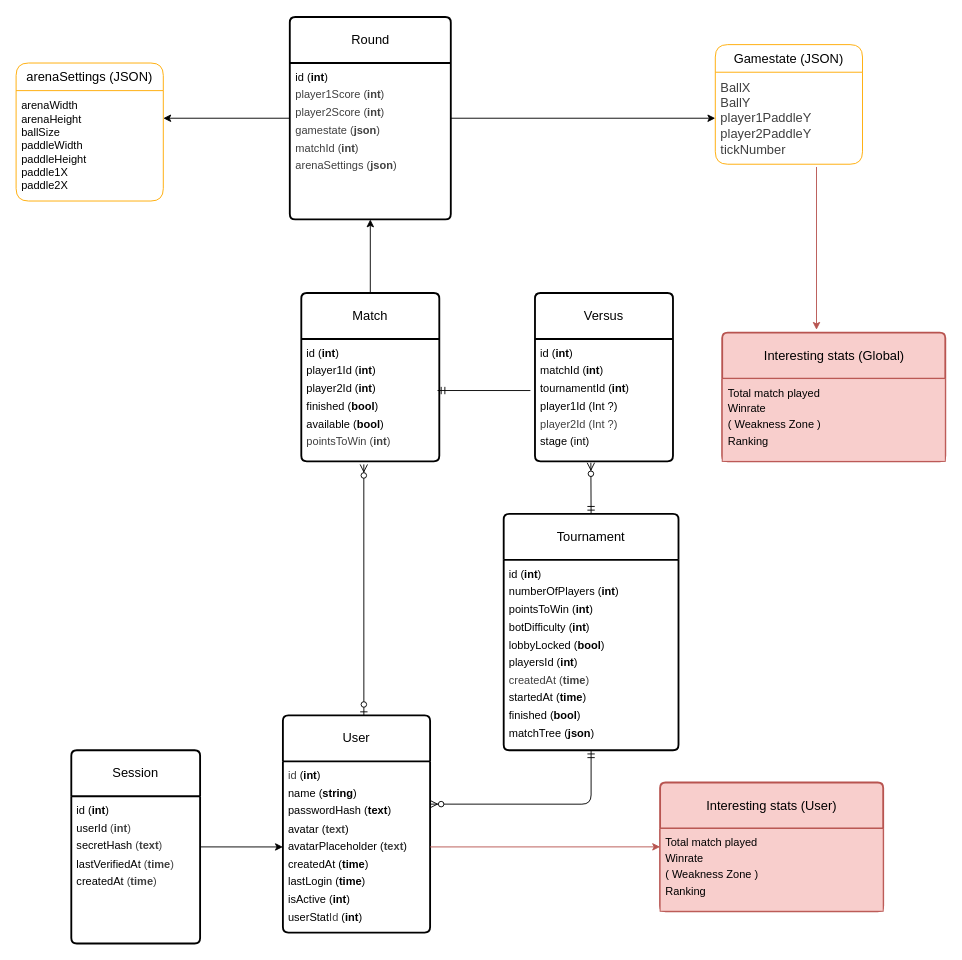
peufo/42_transcendence keeps this draw.io diagram as doc/database.drawio. Above is the earlier version. Source tidied: cells renumbered, new cells numbered last; positions are measured from the earlier drawing's top-left corner, leaving out a move shared by most shapes. Both pictures are drawn from the tidied source at 92%, with x=0, y=0 at pixel (16, 17).
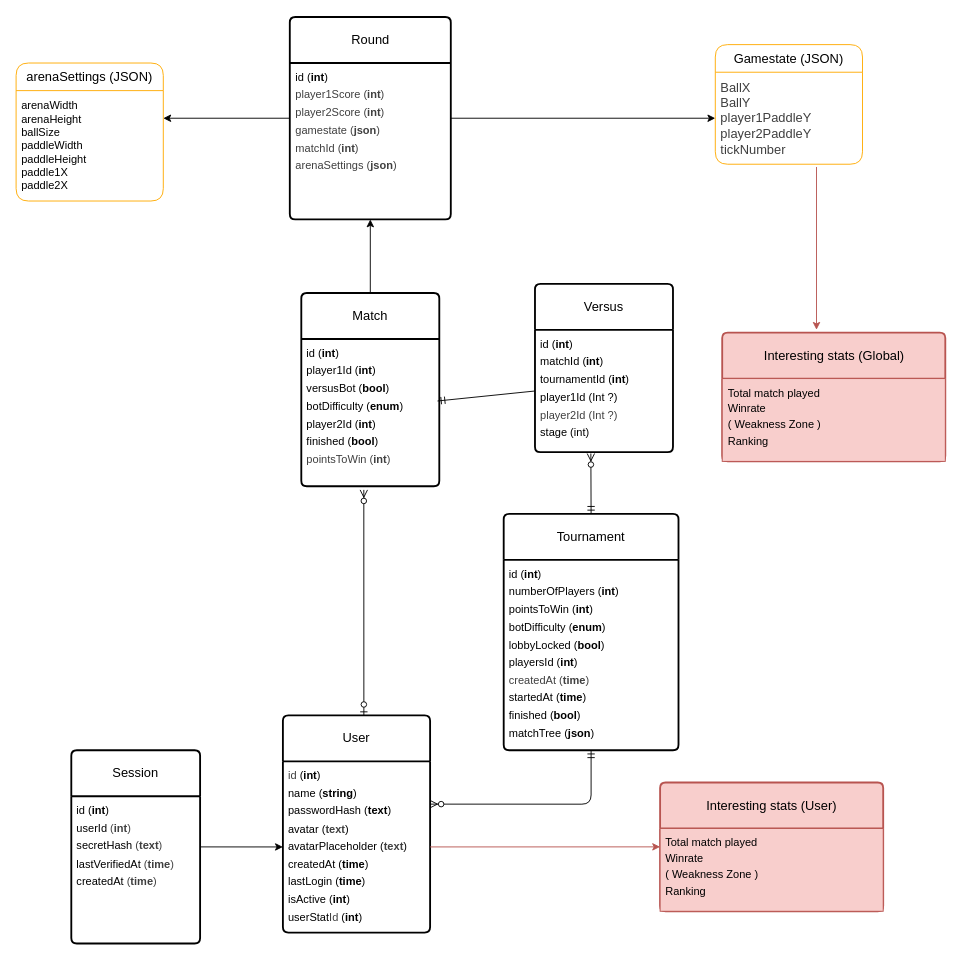
The same page after the edit.

Commit message (it also covers changes not shown here):
add first try at database, need to work on gamestats and arenaSettings

The change refers to these unchanged cells:
```xml
<mxCell id="14" value="Tournament" style="swimlane;horizontal=1;startSize=50;rounded=1;fontSize=14;fontStyle=0;strokeWidth=2;shadow=0;dashed=0;align=center;arcSize=4;whiteSpace=wrap;html=1;" parent="1" vertex="1">
  <mxGeometry x="530" y="540" width="190" height="257" as="geometry" />
</mxCell>
<mxCell id="23" value="&lt;font style=&quot;line-height: 160%;&quot;&gt;id (&lt;b&gt;int&lt;/b&gt;)&lt;/font&gt;&lt;div style=&quot;line-height: 160%;&quot;&gt;matchId (&lt;b&gt;int&lt;/b&gt;)&lt;/div&gt;&lt;div style=&quot;line-height: 160%;&quot;&gt;tournamentId (&lt;b&gt;int&lt;/b&gt;&lt;span style=&quot;background-color: transparent;&quot;&gt;)&lt;/span&gt;&lt;/div&gt;&lt;div style=&quot;line-height: 160%;&quot;&gt;&lt;span style=&quot;background-color: transparent;&quot;&gt;player1Id (Int ?)&lt;/span&gt;&lt;/div&gt;&lt;div style=&quot;line-height: 160%;&quot;&gt;&lt;span style=&quot;color: rgb(63, 63, 63);&quot;&gt;player2Id (Int ?)&lt;/span&gt;&lt;span style=&quot;background-color: transparent;&quot;&gt;&lt;/span&gt;&lt;/div&gt;&lt;div style=&quot;line-height: 160%;&quot;&gt;&lt;span style=&quot;background-color: transparent;&quot;&gt;stage (int)&lt;/span&gt;&lt;/div&gt;" style="align=left;strokeColor=none;fillColor=none;spacingLeft=4;fontSize=12;verticalAlign=top;html=1;" parent="22" vertex="1">
  <mxGeometry y="50" width="150" height="133" as="geometry" />
</mxCell>
```

Diff of the diagram source:
```diff
@@
     <mxCell id="9" value="Match" style="swimlane;horizontal=1;startSize=50;rounded=1;fontSize=14;fontStyle=0;strokeWidth=2;shadow=0;dashed=0;align=center;arcSize=4;whiteSpace=wrap;html=1;" parent="1" vertex="1">
-      <mxGeometry x="310" y="300" width="150" height="183" as="geometry" />
+      <mxGeometry x="310" y="300" width="150" height="210" as="geometry" />
     </mxCell>
-    <mxCell id="10" value="&lt;font style=&quot;line-height: 160%;&quot;&gt;id (&lt;b&gt;int&lt;/b&gt;)&lt;/font&gt;&lt;div style=&quot;line-height: 160%;&quot;&gt;player1Id (&lt;b&gt;int&lt;/b&gt;)&lt;/div&gt;&lt;div style=&quot;line-height: 160%;&quot;&gt;player2Id (&lt;b&gt;int&lt;/b&gt;)&lt;/div&gt;&lt;div style=&quot;line-height: 160%;&quot;&gt;&lt;span style=&quot;background-color: transparent;&quot;&gt;finished (&lt;/span&gt;&lt;b style=&quot;background-color: transparent;&quot;&gt;bool&lt;/b&gt;&lt;span style=&quot;background-color: transparent;&quot;&gt;)&lt;/span&gt;&lt;/div&gt;&lt;div style=&quot;line-height: 160%;&quot;&gt;&lt;span style=&quot;background-color: transparent;&quot;&gt;available (&lt;b&gt;bool&lt;/b&gt;)&lt;/span&gt;&lt;/div&gt;&lt;div style=&quot;line-height: 160%;&quot;&gt;&lt;span style=&quot;color: rgb(63, 63, 63);&quot;&gt;pointsToWin (&lt;/span&gt;&lt;b style=&quot;color: rgb(63, 63, 63);&quot;&gt;int&lt;/b&gt;&lt;span style=&quot;color: rgb(63, 63, 63);&quot;&gt;)&lt;/span&gt;&lt;span style=&quot;background-color: transparent;&quot;&gt;&lt;/span&gt;&lt;/div&gt;" style="align=left;strokeColor=none;fillColor=none;spacingLeft=4;fontSize=12;verticalAlign=top;html=1;" parent="9" vertex="1">
-      <mxGeometry y="50" width="150" height="133" as="geometry" />
+    <mxCell id="10" value="&lt;font style=&quot;line-height: 160%;&quot;&gt;id (&lt;b&gt;int&lt;/b&gt;)&lt;/font&gt;&lt;div style=&quot;line-height: 160%;&quot;&gt;player1Id (&lt;b&gt;int&lt;/b&gt;)&lt;/div&gt;&lt;div style=&quot;line-height: 160%;&quot;&gt;versusBot (&lt;b&gt;bool&lt;/b&gt;)&lt;/div&gt;&lt;div style=&quot;line-height: 160%;&quot;&gt;botDifficulty (&lt;b&gt;enum&lt;/b&gt;)&lt;/div&gt;&lt;div style=&quot;line-height: 160%;&quot;&gt;player2Id (&lt;b&gt;int&lt;/b&gt;)&lt;/div&gt;&lt;div style=&quot;line-height: 160%;&quot;&gt;&lt;span style=&quot;background-color: transparent;&quot;&gt;finished (&lt;/span&gt;&lt;b style=&quot;background-color: transparent;&quot;&gt;bool&lt;/b&gt;&lt;span style=&quot;background-color: transparent;&quot;&gt;)&lt;/span&gt;&lt;/div&gt;&lt;div style=&quot;line-height: 160%;&quot;&gt;&lt;span style=&quot;color: rgb(63, 63, 63);&quot;&gt;pointsToWin (&lt;/span&gt;&lt;b style=&quot;color: rgb(63, 63, 63);&quot;&gt;int&lt;/b&gt;&lt;span style=&quot;color: rgb(63, 63, 63);&quot;&gt;)&lt;/span&gt;&lt;span style=&quot;background-color: transparent;&quot;&gt;&lt;/span&gt;&lt;/div&gt;" style="align=left;strokeColor=none;fillColor=none;spacingLeft=4;fontSize=12;verticalAlign=top;html=1;" parent="9" vertex="1">
+      <mxGeometry y="50" width="150" height="160" as="geometry" />
     </mxCell>
@@
-    <mxCell id="15" value="id (&lt;b style=&quot;line-height: 160%;&quot;&gt;int&lt;/b&gt;)&lt;div style=&quot;line-height: 160%;&quot;&gt;numberOfPlayers (&lt;b&gt;int&lt;/b&gt;)&lt;/div&gt;&lt;div style=&quot;line-height: 160%;&quot;&gt;pointsToWin (&lt;b&gt;int&lt;/b&gt;)&lt;/div&gt;&lt;div style=&quot;line-height: 160%;&quot;&gt;botDifficulty (&lt;b&gt;int&lt;/b&gt;)&lt;/div&gt;&lt;div style=&quot;line-height: 160%;&quot;&gt;lobbyLocked (&lt;b&gt;bool&lt;/b&gt;)&lt;/div&gt;&lt;div style=&quot;line-height: 160%;&quot;&gt;playersId (&lt;b&gt;int&lt;/b&gt;)&lt;/div&gt;&lt;div style=&quot;line-height: 160%;&quot;&gt;&lt;span style=&quot;color: rgb(63, 63, 63);&quot;&gt;createdAt (&lt;/span&gt;&lt;b style=&quot;color: rgb(63, 63, 63);&quot;&gt;time&lt;/b&gt;&lt;span style=&quot;color: rgb(63, 63, 63);&quot;&gt;)&lt;/span&gt;&lt;/div&gt;&lt;div style=&quot;line-height: 160%;&quot;&gt;startedAt (&lt;b&gt;time&lt;/b&gt;)&lt;/div&gt;&lt;div style=&quot;line-height: 160%;&quot;&gt;finished (&lt;b&gt;bool&lt;/b&gt;)&lt;/div&gt;&lt;div style=&quot;line-height: 160%;&quot;&gt;matchTree (&lt;b&gt;json&lt;/b&gt;)&lt;/div&gt;" style="align=left;strokeColor=none;fillColor=none;spacingLeft=4;fontSize=12;verticalAlign=top;html=1;" parent="14" vertex="1">
+    <mxCell id="15" value="id (&lt;b style=&quot;line-height: 160%;&quot;&gt;int&lt;/b&gt;)&lt;div style=&quot;line-height: 160%;&quot;&gt;numberOfPlayers (&lt;b&gt;int&lt;/b&gt;)&lt;/div&gt;&lt;div style=&quot;line-height: 160%;&quot;&gt;pointsToWin (&lt;b&gt;int&lt;/b&gt;)&lt;/div&gt;&lt;div style=&quot;line-height: 160%;&quot;&gt;botDifficulty (&lt;b&gt;enum&lt;/b&gt;)&lt;/div&gt;&lt;div style=&quot;line-height: 160%;&quot;&gt;lobbyLocked (&lt;b&gt;bool&lt;/b&gt;)&lt;/div&gt;&lt;div style=&quot;line-height: 160%;&quot;&gt;playersId (&lt;b&gt;int&lt;/b&gt;)&lt;/div&gt;&lt;div style=&quot;line-height: 160%;&quot;&gt;&lt;span style=&quot;color: rgb(63, 63, 63);&quot;&gt;createdAt (&lt;/span&gt;&lt;b style=&quot;color: rgb(63, 63, 63);&quot;&gt;time&lt;/b&gt;&lt;span style=&quot;color: rgb(63, 63, 63);&quot;&gt;)&lt;/span&gt;&lt;/div&gt;&lt;div style=&quot;line-height: 160%;&quot;&gt;startedAt (&lt;b&gt;time&lt;/b&gt;)&lt;/div&gt;&lt;div style=&quot;line-height: 160%;&quot;&gt;finished (&lt;b&gt;bool&lt;/b&gt;)&lt;/div&gt;&lt;div style=&quot;line-height: 160%;&quot;&gt;matchTree (&lt;b&gt;json&lt;/b&gt;)&lt;/div&gt;" style="align=left;strokeColor=none;fillColor=none;spacingLeft=4;fontSize=12;verticalAlign=top;html=1;" parent="14" vertex="1">
       <mxGeometry y="50" width="190" height="207" as="geometry" />
     </mxCell>
@@
     <mxCell id="22" value="Versus" style="swimlane;horizontal=1;startSize=50;rounded=1;fontSize=14;fontStyle=0;strokeWidth=2;shadow=0;dashed=0;align=center;arcSize=4;whiteSpace=wrap;html=1;" parent="1" vertex="1">
-      <mxGeometry x="564" y="300" width="150" height="183" as="geometry" />
+      <mxGeometry x="564" y="290" width="150" height="183" as="geometry" />
     </mxCell>
@@
-    <mxCell id="24" style="fontSize=12;html=1;endArrow=ERmandOne;entryX=0.987;entryY=0.421;entryDx=0;entryDy=0;entryPerimeter=0;" parent="1" edge="1" target="10">
-      <mxGeometry relative="1" as="geometry">
-        <mxPoint x="559" y="406" as="sourcePoint" />
-      </mxGeometry>
+    <mxCell id="24" style="fontSize=12;html=1;endArrow=ERmandOne;entryX=0.987;entryY=0.421;entryDx=0;entryDy=0;entryPerimeter=0;exitX=0;exitY=0.5;exitDx=0;exitDy=0;" parent="1" edge="1" source="23" target="10">
+      <mxGeometry relative="1" as="geometry" />
     </mxCell>
```
